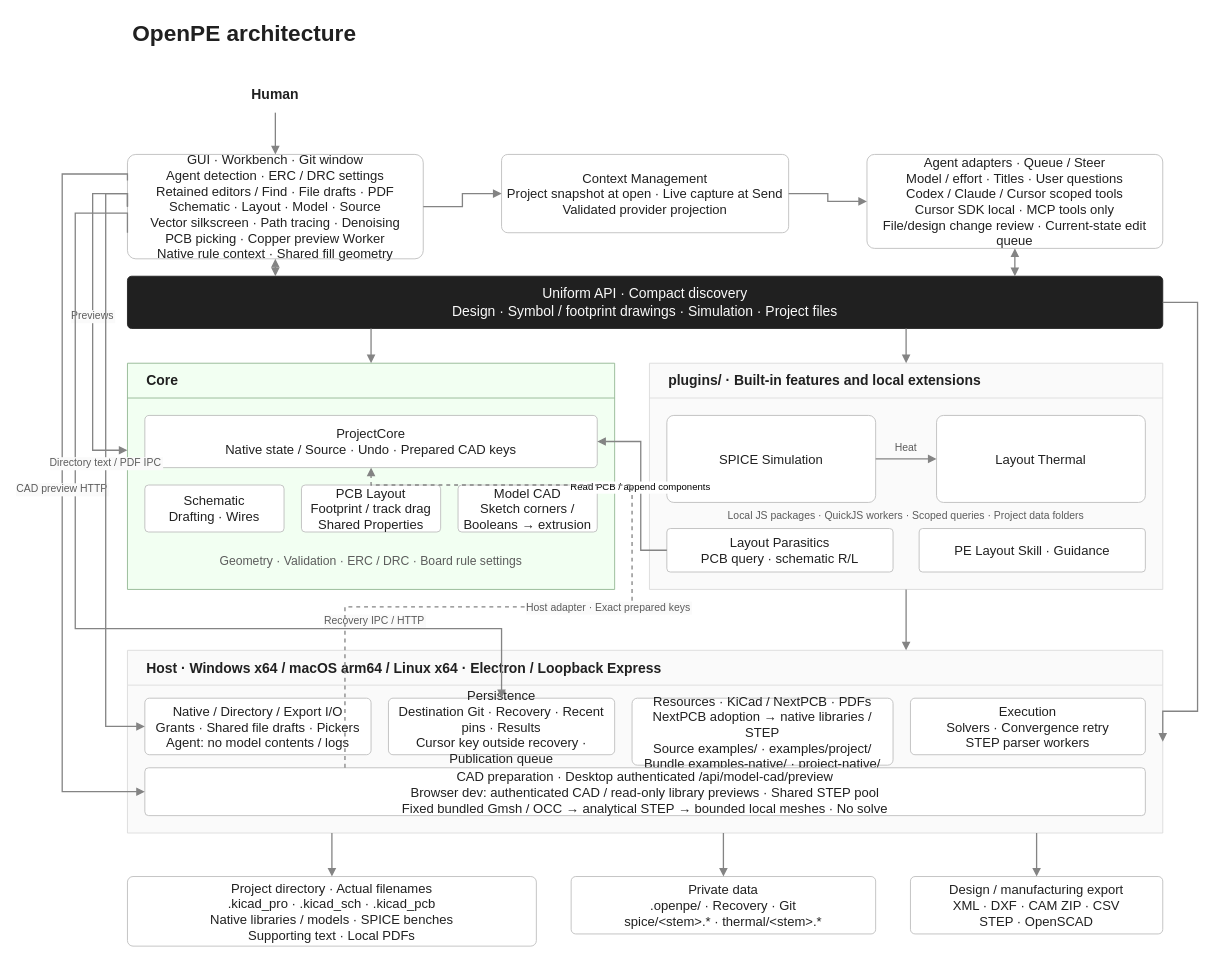
The draw.io diagram assets/architecture.drawio in Open-Power-Electronics/OpenPE, before the edit. Source tidied: cells renumbered, new cells numbered last; positions are measured from the earlier drawing's top-left corner, leaving out a move shared by most shapes. Both pictures are drawn from the tidied source at 87%, with x=0, y=0 at pixel (62, 15).
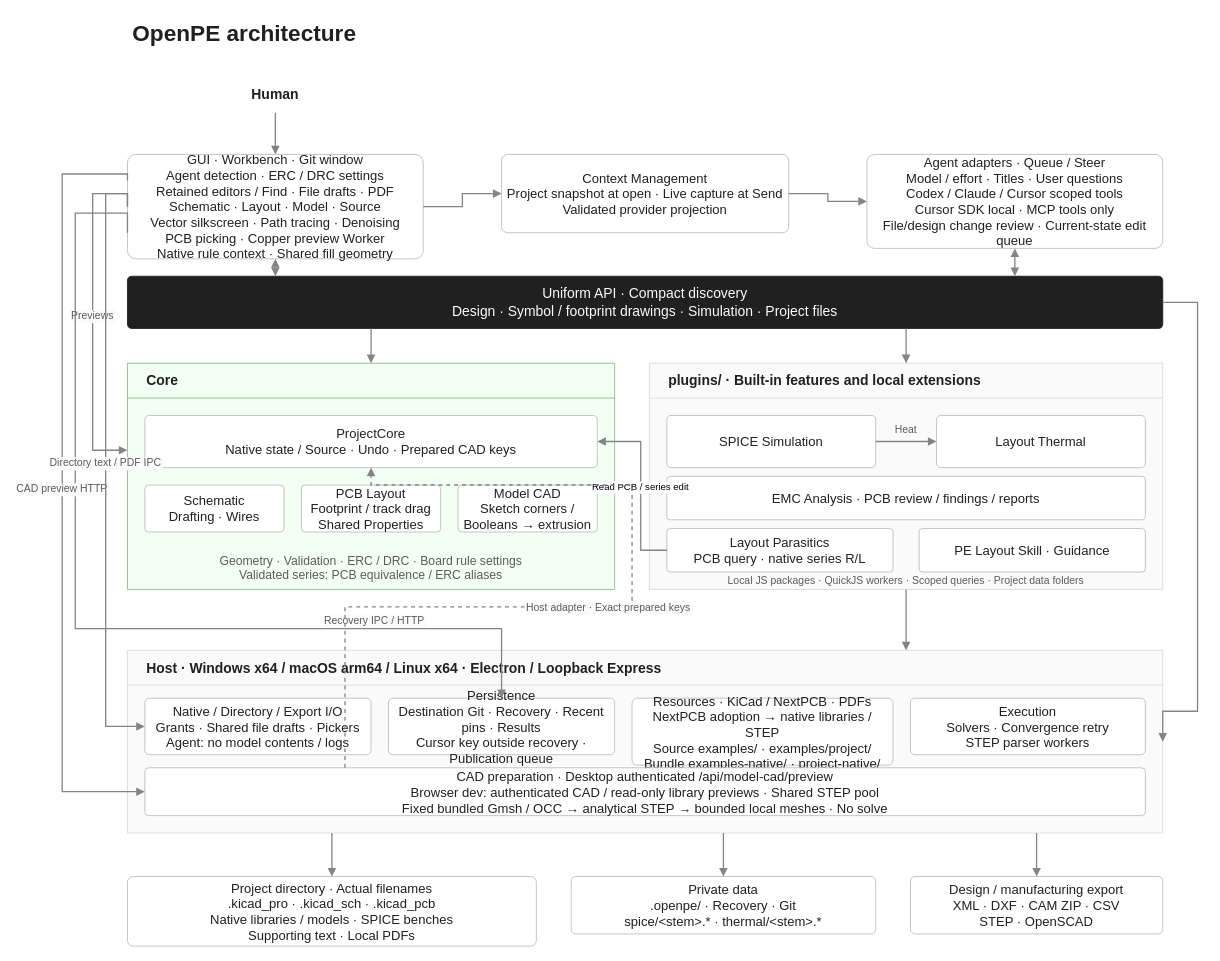
The same diagram, later.

The change refers to these unchanged cells:
```xml
<mxCell id="8" value="Core" style="swimlane;html=0;whiteSpace=wrap;fontFamily=Arial;fontSize=16;fontColor=#202020;fillColor=#f2fff2;strokeColor=#8fb58f;strokeWidth=1;shadow=0;arcSize=8;fontStyle=1;align=left;verticalAlign=middle;horizontal=1;startSize=40;swimlaneFillColor=#f2fff2;spacingLeft=20;" parent="1" vertex="1">
  <mxGeometry x="75" y="400" width="560" height="260" as="geometry" />
</mxCell>
<mxCell id="9" value="ProjectCore&#10;Native state / Source · Undo · Prepared CAD keys" style="rounded=1;html=0;whiteSpace=wrap;fontFamily=Arial;fontSize=15;fontColor=#202020;fillColor=#ffffff;strokeColor=#bdbdbd;strokeWidth=1;shadow=0;arcSize=8;fontStyle=0;align=center;verticalAlign=middle;spacing=6;" parent="8" vertex="1">
  <mxGeometry x="20" y="60" width="520" height="60" as="geometry" />
</mxCell>
<mxCell id="14" value="plugins/ · Built-in features and local extensions" style="swimlane;html=0;whiteSpace=wrap;fontFamily=Arial;fontSize=16;fontColor=#202020;fillColor=#fafafa;strokeColor=#dbdbdb;strokeWidth=1;shadow=0;arcSize=8;fontStyle=1;align=left;verticalAlign=middle;horizontal=1;startSize=40;swimlaneFillColor=#fafafa;spacingLeft=20;" parent="1" vertex="1">
  <mxGeometry x="675" y="400" width="590" height="260" as="geometry" />
</mxCell>
```

The edit, as a diff of the source:
```diff
@@
-    <mxCell id="13" value="Geometry · Validation · ERC / DRC · Board rule settings" style="text;html=0;whiteSpace=wrap;fontFamily=Arial;fontSize=14;fontColor=#5c5c5c;fillColor=none;strokeColor=none;strokeWidth=1;shadow=0;arcSize=8;fontStyle=0;align=center;verticalAlign=middle;spacing=6;" parent="8" vertex="1">
-      <mxGeometry x="20" y="212" width="520" height="30" as="geometry" />
+    <mxCell id="13" value="Geometry · Validation · ERC / DRC · Board rule settings&#10;Validated series: PCB equivalence / ERC aliases" style="text;html=0;whiteSpace=wrap;fontFamily=Arial;fontSize=14;fontColor=#5c5c5c;fillColor=none;strokeColor=none;strokeWidth=1;shadow=0;arcSize=8;fontStyle=0;align=center;verticalAlign=middle;spacing=6;" parent="8" vertex="1">
+      <mxGeometry x="20" y="212" width="520" height="46" as="geometry" />
     </mxCell>
@@
     <mxCell id="15" value="SPICE Simulation" style="rounded=1;html=0;whiteSpace=wrap;fontFamily=Arial;fontSize=15;fontColor=#202020;fillColor=#ffffff;strokeColor=#bdbdbd;strokeWidth=1;shadow=0;arcSize=8;fontStyle=0;align=center;verticalAlign=middle;spacing=6;" parent="14" vertex="1">
-      <mxGeometry x="20" y="60" width="240" height="100" as="geometry" />
+      <mxGeometry x="20" y="60" width="240" height="60" as="geometry" />
     </mxCell>
     <mxCell id="16" value="Layout Thermal" style="rounded=1;html=0;whiteSpace=wrap;fontFamily=Arial;fontSize=15;fontColor=#202020;fillColor=#ffffff;strokeColor=#bdbdbd;strokeWidth=1;shadow=0;arcSize=8;fontStyle=0;align=center;verticalAlign=middle;spacing=6;" parent="14" vertex="1">
-      <mxGeometry x="330" y="60" width="240" height="100" as="geometry" />
+      <mxGeometry x="330" y="60" width="240" height="60" as="geometry" />
     </mxCell>
+    <mxCell id="48" value="EMC Analysis · PCB review / findings / reports" style="rounded=1;html=0;whiteSpace=wrap;fontFamily=Arial;fontSize=15;fontColor=#202020;fillColor=#ffffff;strokeColor=#bdbdbd;strokeWidth=1;shadow=0;arcSize=8;fontStyle=0;align=center;verticalAlign=middle;spacing=6;" parent="14" vertex="1">
+      <mxGeometry x="20" y="130" width="550" height="50" as="geometry" />
+    </mxCell>
@@
-    <mxCell id="18" value="Layout Parasitics&#10;PCB query · schematic R/L" style="rounded=1;html=0;whiteSpace=wrap;fontFamily=Arial;fontSize=15;fontColor=#202020;fillColor=#ffffff;strokeColor=#bdbdbd;strokeWidth=1;shadow=0;arcSize=8;fontStyle=0;align=center;verticalAlign=middle;spacing=6;" parent="14" vertex="1">
+    <mxCell id="18" value="Layout Parasitics&#10;PCB query · native series R/L" style="rounded=1;html=0;whiteSpace=wrap;fontFamily=Arial;fontSize=15;fontColor=#202020;fillColor=#ffffff;strokeColor=#bdbdbd;strokeWidth=1;shadow=0;arcSize=8;fontStyle=0;align=center;verticalAlign=middle;spacing=6;" parent="14" vertex="1">
       <mxGeometry x="20" y="190" width="260" height="50" as="geometry" />
     </mxCell>
     <mxCell id="19" value="Local JS packages · QuickJS workers · Scoped queries · Project data folders" style="text;html=0;whiteSpace=wrap;fontFamily=Arial;fontSize=12;fontColor=#5c5c5c;align=center;verticalAlign=middle;" parent="14" vertex="1">
-      <mxGeometry x="20" y="163" width="550" height="24" as="geometry" />
+      <mxGeometry x="20" y="240" width="550" height="20" as="geometry" />
     </mxCell>
@@
-    <mxCell id="39" value="Read PCB / append components" style="edgeStyle=orthogonalEdgeStyle;rounded=0;html=0;strokeColor=#848484;strokeWidth=1.5;endArrow=block;endFill=1;exitX=0;exitY=0.5;entryX=1;entryY=0.5;" parent="1" edge="1" source="18" target="9">
+    <mxCell id="39" value="Read PCB / series edit" style="edgeStyle=orthogonalEdgeStyle;rounded=0;html=0;strokeColor=#848484;strokeWidth=1.5;endArrow=block;endFill=1;exitX=0;exitY=0.5;entryX=1;entryY=0.5;" parent="1" edge="1" source="18" target="9">
       <mxGeometry relative="1" as="geometry">
         <Array as="points">
           <mxPoint x="665" y="615" />
           <mxPoint x="665" y="490" />
         </Array>
       </mxGeometry>
     </mxCell>
```
